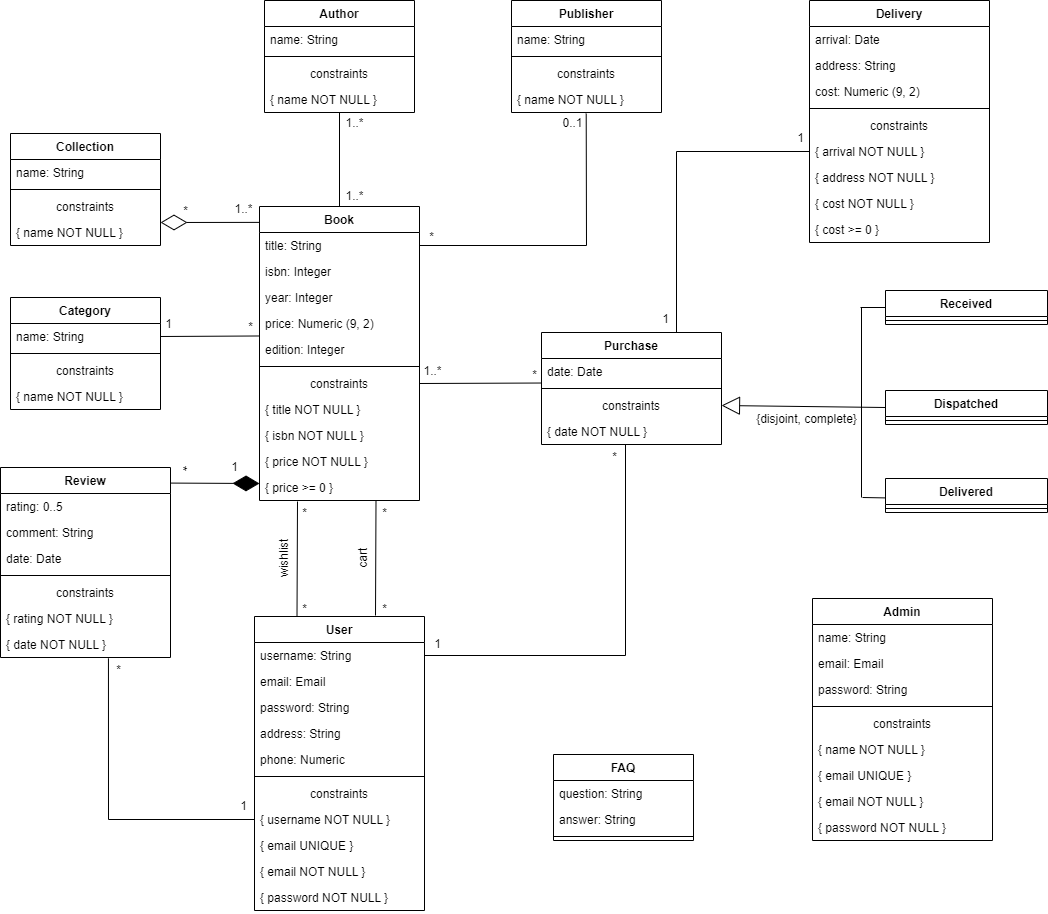
Above: docs/images/UML.png in P1ntas/LBAW (draw.io), before the change. Source tidied: cells renumbered, new cells last; positions are measured from the earlier drawing's top-left corner, leaving out a move shared by most shapes.
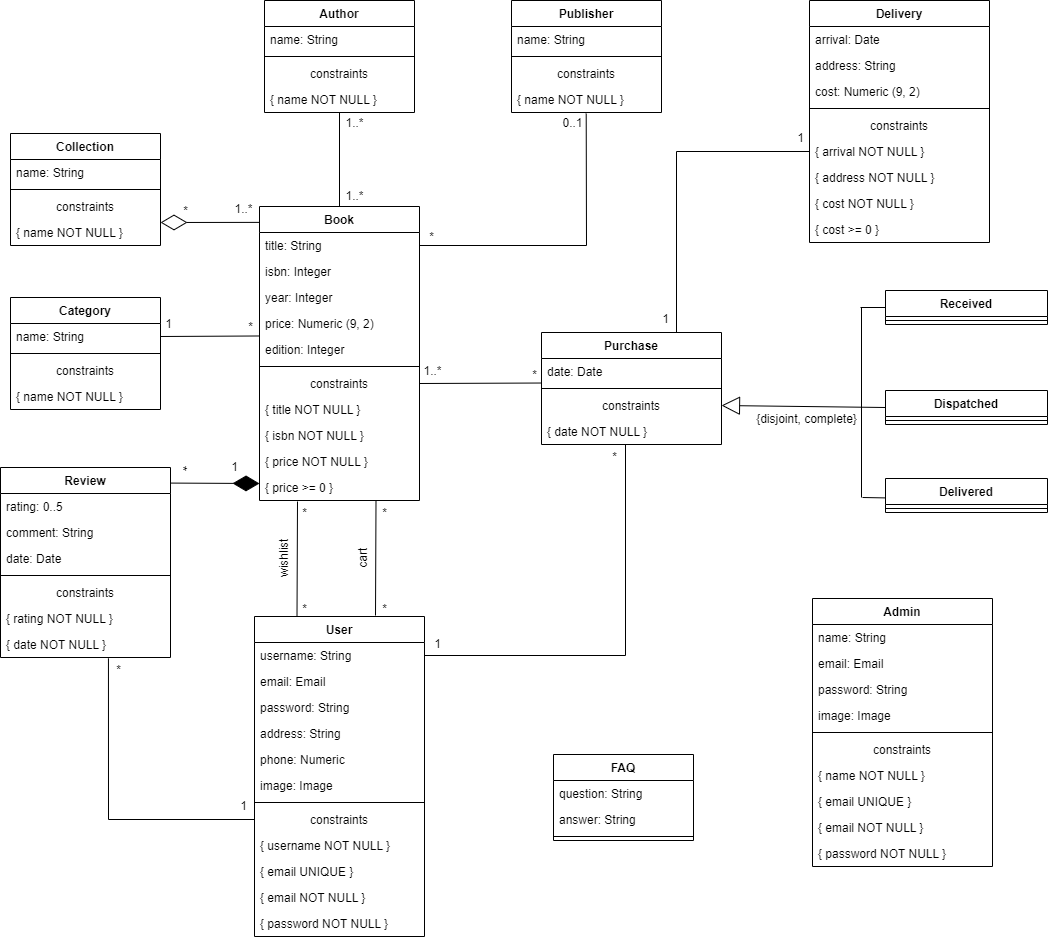
After the change.

Change to the diagram source:
```diff
@@ -39,7 +39,7 @@
       <mxGeometry y="268" width="160" height="26" as="geometry" />
     </mxCell>
     <mxCell id="14" value="User" style="swimlane;fontStyle=1;align=center;verticalAlign=top;horizontal=1;startSize=26;" parent="1" vertex="1">
-      <mxGeometry x="254" y="616" width="170" height="294" as="geometry" />
+      <mxGeometry x="254" y="616" width="170" height="320" as="geometry" />
     </mxCell>
     <mxCell id="15" value="username: String" style="text;strokeColor=none;fillColor=none;align=left;verticalAlign=top;spacingLeft=4;spacingRight=4;overflow=hidden;points=[[0,0.5],[1,0.5]];portConstraint=eastwest;" parent="14" vertex="1">
       <mxGeometry y="26" width="170" height="26" as="geometry" />
@@ -56,26 +56,29 @@
     <mxCell id="19" value="phone: Numeric" style="text;strokeColor=none;fillColor=none;align=left;verticalAlign=top;spacingLeft=4;spacingRight=4;overflow=hidden;" parent="14" vertex="1">
       <mxGeometry y="130" width="170" height="26" as="geometry" />
     </mxCell>
+    <mxCell id="129" value="image: Image" style="text;strokeColor=none;fillColor=none;align=left;verticalAlign=top;spacingLeft=4;spacingRight=4;overflow=hidden;" parent="14" vertex="1">
+      <mxGeometry y="156" width="170" height="26" as="geometry" />
+    </mxCell>
     <mxCell id="20" style="line;strokeWidth=1;fillColor=none;align=left;verticalAlign=middle;spacingTop=-1;spacingLeft=3;spacingRight=3;labelPosition=right;strokeColor=inherit;" parent="14" vertex="1">
-      <mxGeometry y="156" width="170" height="8" as="geometry" />
+      <mxGeometry y="182" width="170" height="8" as="geometry" />
     </mxCell>
     <mxCell id="21" value="constraints" style="text;strokeColor=none;fillColor=none;align=center;verticalAlign=top;spacingLeft=4;spacingRight=4;overflow=hidden;points=[[0,0.5],[1,0.5]];portConstraint=eastwest;" parent="14" vertex="1">
-      <mxGeometry y="164" width="170" height="26" as="geometry" />
+      <mxGeometry y="190" width="170" height="26" as="geometry" />
     </mxCell>
     <mxCell id="22" value="{ username NOT NULL }" style="text;strokeColor=none;fillColor=none;align=left;verticalAlign=top;spacingLeft=4;spacingRight=4;overflow=hidden;points=[[0,0.5],[1,0.5]];portConstraint=eastwest;" parent="14" vertex="1">
-      <mxGeometry y="190" width="170" height="26" as="geometry" />
+      <mxGeometry y="216" width="170" height="26" as="geometry" />
     </mxCell>
     <mxCell id="23" value="{ email UNIQUE }" style="text;strokeColor=none;fillColor=none;align=left;verticalAlign=top;spacingLeft=4;spacingRight=4;overflow=hidden;" parent="14" vertex="1">
-      <mxGeometry y="216" width="170" height="26" as="geometry" />
+      <mxGeometry y="242" width="170" height="26" as="geometry" />
     </mxCell>
     <mxCell id="24" value="{ email NOT NULL }" style="text;strokeColor=none;fillColor=none;align=left;verticalAlign=top;spacingLeft=4;spacingRight=4;overflow=hidden;" parent="14" vertex="1">
-      <mxGeometry y="242" width="170" height="26" as="geometry" />
+      <mxGeometry y="268" width="170" height="26" as="geometry" />
     </mxCell>
     <mxCell id="25" value="{ password NOT NULL }" style="text;strokeColor=none;fillColor=none;align=left;verticalAlign=top;spacingLeft=4;spacingRight=4;overflow=hidden;" parent="14" vertex="1">
-      <mxGeometry y="268" width="170" height="26" as="geometry" />
+      <mxGeometry y="294" width="170" height="26" as="geometry" />
     </mxCell>
     <mxCell id="26" value="Admin" style="swimlane;fontStyle=1;align=center;verticalAlign=top;horizontal=1;startSize=26;" parent="1" vertex="1">
-      <mxGeometry x="812" y="598" width="180" height="242" as="geometry" />
+      <mxGeometry x="812" y="598" width="180" height="268" as="geometry" />
     </mxCell>
     <mxCell id="27" value="name: String" style="text;strokeColor=none;fillColor=none;align=left;verticalAlign=top;spacingLeft=4;spacingRight=4;overflow=hidden;" parent="26" vertex="1">
       <mxGeometry y="26" width="180" height="26" as="geometry" />
@@ -86,23 +89,26 @@
     <mxCell id="29" value="password: String" style="text;strokeColor=none;fillColor=none;align=left;verticalAlign=top;spacingLeft=4;spacingRight=4;overflow=hidden;" parent="26" vertex="1">
       <mxGeometry y="78" width="180" height="26" as="geometry" />
     </mxCell>
+    <mxCell id="130" value="image: Image" style="text;strokeColor=none;fillColor=none;align=left;verticalAlign=top;spacingLeft=4;spacingRight=4;overflow=hidden;" parent="26" vertex="1">
+      <mxGeometry y="104" width="180" height="26" as="geometry" />
+    </mxCell>
     <mxCell id="30" style="line;strokeWidth=1;fillColor=none;align=left;verticalAlign=middle;spacingTop=-1;spacingLeft=3;spacingRight=3;labelPosition=right;strokeColor=inherit;" parent="26" vertex="1">
-      <mxGeometry y="104" width="180" height="8" as="geometry" />
+      <mxGeometry y="130" width="180" height="8" as="geometry" />
     </mxCell>
     <mxCell id="31" value="constraints" style="text;strokeColor=none;fillColor=none;align=center;verticalAlign=top;spacingLeft=4;spacingRight=4;overflow=hidden;" parent="26" vertex="1">
-      <mxGeometry y="112" width="180" height="26" as="geometry" />
+      <mxGeometry y="138" width="180" height="26" as="geometry" />
     </mxCell>
     <mxCell id="32" value="{ name NOT NULL }" style="text;strokeColor=none;fillColor=none;align=left;verticalAlign=top;spacingLeft=4;spacingRight=4;overflow=hidden;" parent="26" vertex="1">
-      <mxGeometry y="138" width="180" height="26" as="geometry" />
+      <mxGeometry y="164" width="180" height="26" as="geometry" />
     </mxCell>
     <mxCell id="33" value="{ email UNIQUE }" style="text;strokeColor=none;fillColor=none;align=left;verticalAlign=top;spacingLeft=4;spacingRight=4;overflow=hidden;" parent="26" vertex="1">
-      <mxGeometry y="164" width="180" height="26" as="geometry" />
+      <mxGeometry y="190" width="180" height="26" as="geometry" />
     </mxCell>
     <mxCell id="34" value="{ email NOT NULL }" style="text;strokeColor=none;fillColor=none;align=left;verticalAlign=top;spacingLeft=4;spacingRight=4;overflow=hidden;" parent="26" vertex="1">
-      <mxGeometry y="190" width="180" height="26" as="geometry" />
+      <mxGeometry y="216" width="180" height="26" as="geometry" />
     </mxCell>
     <mxCell id="35" value="{ password NOT NULL }" style="text;strokeColor=none;fillColor=none;align=left;verticalAlign=top;spacingLeft=4;spacingRight=4;overflow=hidden;" parent="26" vertex="1">
-      <mxGeometry y="216" width="180" height="26" as="geometry" />
+      <mxGeometry y="242" width="180" height="26" as="geometry" />
     </mxCell>
     <mxCell id="36" value="FAQ" style="swimlane;fontStyle=1;align=center;verticalAlign=top;horizontal=1;startSize=26;" parent="1" vertex="1">
       <mxGeometry x="553" y="754" width="140" height="86" as="geometry" />
@@ -250,7 +256,7 @@
         <mxPoint x="375" y="615" as="targetPoint" />
       </mxGeometry>
     </mxCell>
-    <mxCell id="83" style="endArrow=none;html=1;rounded=0;exitX=0.635;exitY=1.032;exitDx=0;exitDy=0;exitPerimeter=0;entryX=0;entryY=0.5;entryDx=0;entryDy=0;" parent="1" edge="1" source="67" target="22">
+    <mxCell id="83" style="endArrow=none;html=1;rounded=0;exitX=0.635;exitY=1.032;exitDx=0;exitDy=0;exitPerimeter=0;entryX=0;entryY=0.5;entryDx=0;entryDy=0;" parent="1" edge="1" source="67" target="21">
       <mxGeometry relative="1" as="geometry">
         <Array as="points">
           <mxPoint x="108" y="819" />
```
